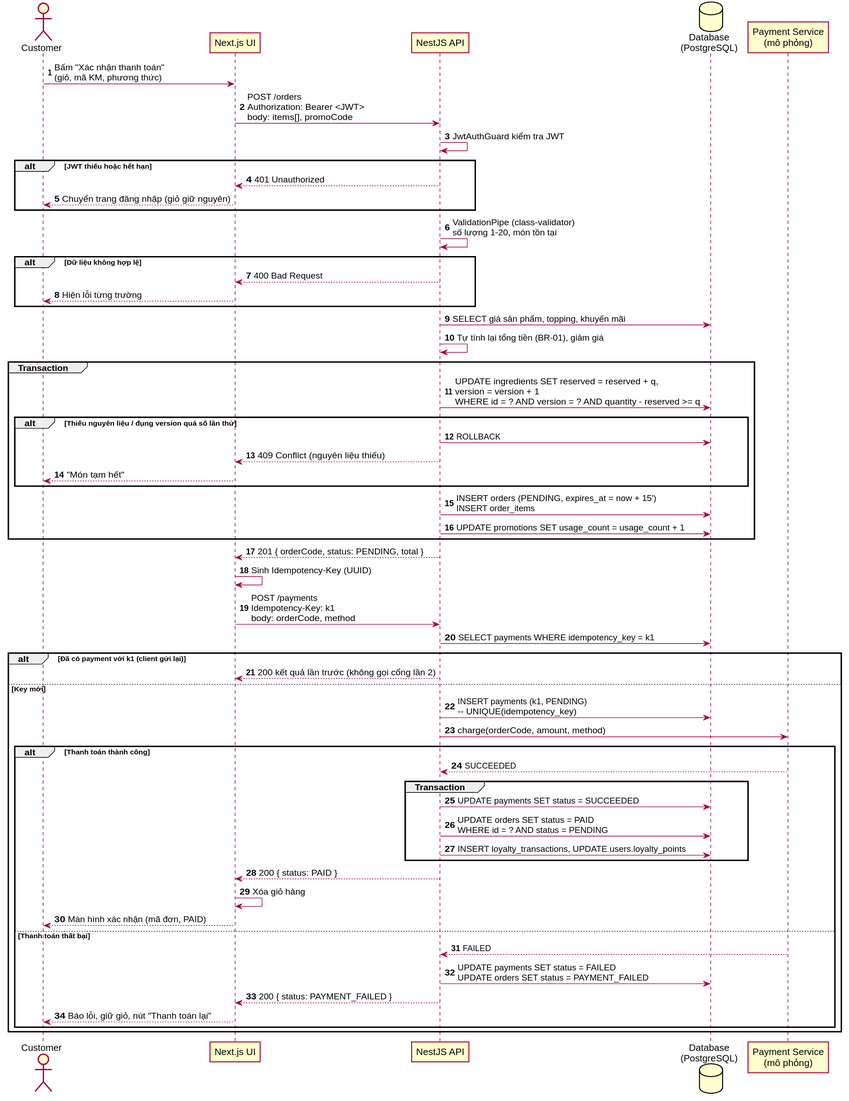
Earlier version of the PlantUML export docs/diagrams/sequence-checkout.svg (dinh-hung-116/BrewLite-Assignment2). Its diagram source:
```plantuml
@startuml sequence-checkout
skinparam shadowing false
autonumber
actor Customer
participant "Next.js UI" as UI
participant "NestJS API" as API
database "Database\n(PostgreSQL)" as DB
participant "Payment Service\n(mô phỏng)" as PAY

Customer -> UI : Bấm "Xác nhận thanh toán"\n(giỏ, mã KM, phương thức)
UI -> API : POST /orders\nAuthorization: Bearer <JWT>\nbody: items[], promoCode
API -> API : JwtAuthGuard kiểm tra JWT
alt JWT thiếu hoặc hết hạn
  API --> UI : 401 Unauthorized
  UI --> Customer : Chuyển trang đăng nhập (giỏ giữ nguyên)
end
API -> API : ValidationPipe (class-validator)\nsố lượng 1-20, món tồn tại
alt Dữ liệu không hợp lệ
  API --> UI : 400 Bad Request
  UI --> Customer : Hiện lỗi từng trường
end
API -> DB : SELECT giá sản phẩm, topping, khuyến mãi
API -> API : Tự tính lại tổng tiền (BR-01), giảm giá
group Transaction
  API -> DB : UPDATE ingredients SET reserved = reserved + q,\nversion = version + 1\nWHERE id = ? AND version = ? AND quantity - reserved >= q
  alt Thiếu nguyên liệu / đụng version quá số lần thử
    API -> DB : ROLLBACK
    API --> UI : 409 Conflict (nguyên liệu thiếu)
    UI --> Customer : "Món tạm hết"
  end
  API -> DB : INSERT orders (PENDING, expires_at = now + 15')\nINSERT order_items
  API -> DB : UPDATE promotions SET usage_count = usage_count + 1
end
API --> UI : 201 { orderCode, status: PENDING, total }

UI -> UI : Sinh Idempotency-Key (UUID)
UI -> API : POST /payments\nIdempotency-Key: k1\nbody: orderCode, method
API -> DB : SELECT payments WHERE idempotency_key = k1
alt Đã có payment với k1 (client gửi lại)
  API --> UI : 200 kết quả lần trước (không gọi cổng lần 2)
else Key mới
  API -> DB : INSERT payments (k1, PENDING)\n-- UNIQUE(idempotency_key)
  API -> PAY : charge(orderCode, amount, method)
  alt Thanh toán thành công
    PAY --> API : SUCCEEDED
    group Transaction
      API -> DB : UPDATE payments SET status = SUCCEEDED
      API -> DB : UPDATE orders SET status = PAID\nWHERE id = ? AND status = PENDING
      API -> DB : INSERT loyalty_transactions, UPDATE users.loyalty_points
    end
    API --> UI : 200 { status: PAID }
    UI -> UI : Xóa giỏ hàng
    UI --> Customer : Màn hình xác nhận (mã đơn, PAID)
  else Thanh toán thất bại
    PAY --> API : FAILED
    API -> DB : UPDATE payments SET status = FAILED\nUPDATE orders SET status = PAYMENT_FAILED
    API --> UI : 200 { status: PAYMENT_FAILED }
    UI --> Customer : Báo lỗi, giữ giỏ, nút "Thanh toán lại"
  end
end
@enduml
```
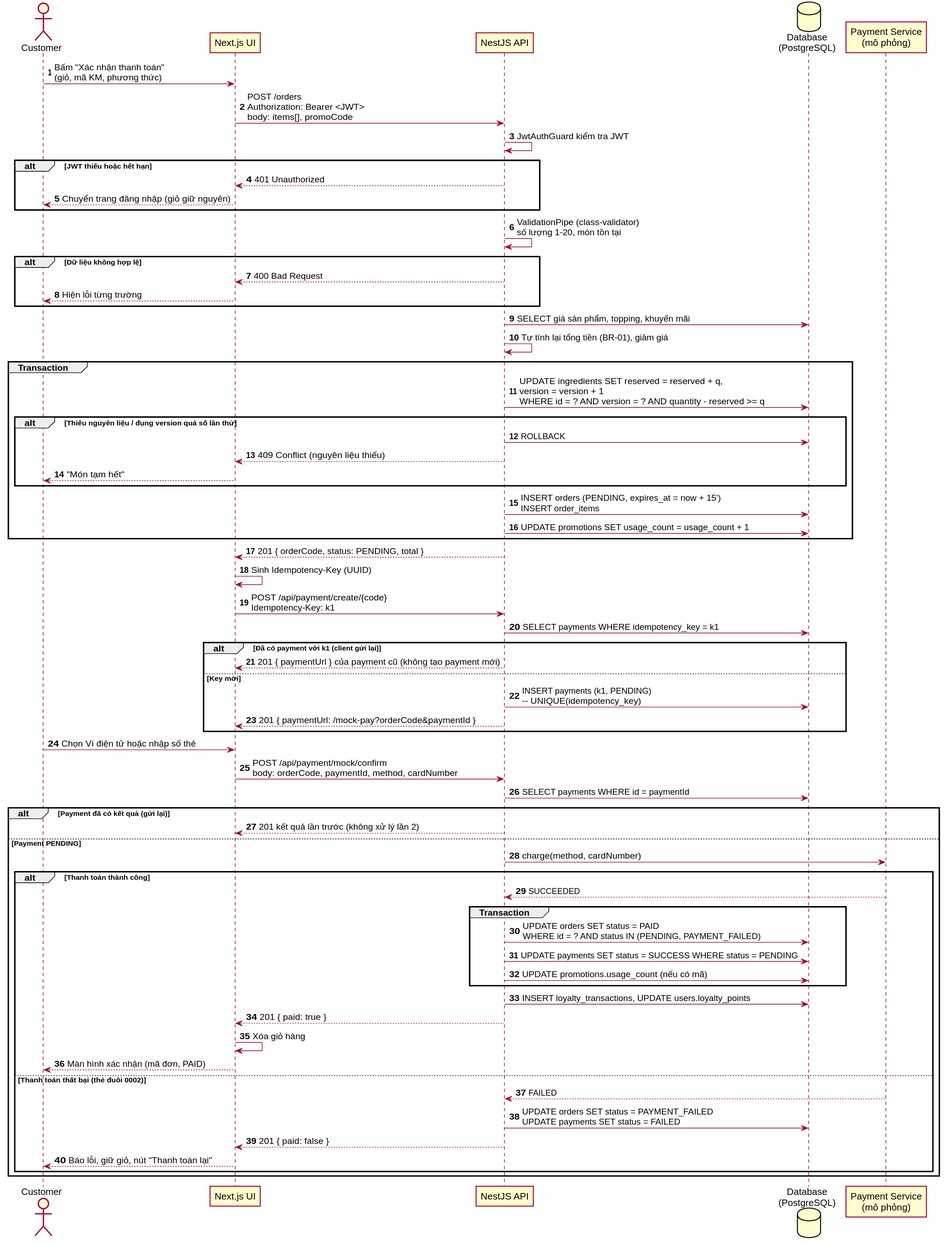
Above is the later version.

The edit, as a diff of the source:
```diff
@@ -34,27 +34,36 @@
 API --> UI : 201 { orderCode, status: PENDING, total }
 
 UI -> UI : Sinh Idempotency-Key (UUID)
-UI -> API : POST /payments\nIdempotency-Key: k1\nbody: orderCode, method
+UI -> API : POST /api/payment/create/{code}\nIdempotency-Key: k1
 API -> DB : SELECT payments WHERE idempotency_key = k1
 alt Đã có payment với k1 (client gửi lại)
-  API --> UI : 200 kết quả lần trước (không gọi cổng lần 2)
+  API --> UI : 201 { paymentUrl } của payment cũ (không tạo payment mới)
 else Key mới
   API -> DB : INSERT payments (k1, PENDING)\n-- UNIQUE(idempotency_key)
-  API -> PAY : charge(orderCode, amount, method)
+  API --> UI : 201 { paymentUrl: /mock-pay?orderCode&paymentId }
+end
+Customer -> UI : Chọn Ví điện tử hoặc nhập số thẻ
+UI -> API : POST /api/payment/mock/confirm\nbody: orderCode, paymentId, method, cardNumber
+API -> DB : SELECT payments WHERE id = paymentId
+alt Payment đã có kết quả (gửi lại)
+  API --> UI : 201 kết quả lần trước (không xử lý lần 2)
+else Payment PENDING
+  API -> PAY : charge(method, cardNumber)
   alt Thanh toán thành công
     PAY --> API : SUCCEEDED
     group Transaction
-      API -> DB : UPDATE payments SET status = SUCCEEDED
-      API -> DB : UPDATE orders SET status = PAID\nWHERE id = ? AND status = PENDING
-      API -> DB : INSERT loyalty_transactions, UPDATE users.loyalty_points
+      API -> DB : UPDATE orders SET status = PAID\nWHERE id = ? AND status IN (PENDING, PAYMENT_FAILED)
+      API -> DB : UPDATE payments SET status = SUCCESS WHERE status = PENDING
+      API -> DB : UPDATE promotions.usage_count (nếu có mã)
     end
-    API --> UI : 200 { status: PAID }
+    API -> DB : INSERT loyalty_transactions, UPDATE users.loyalty_points
+    API --> UI : 201 { paid: true }
     UI -> UI : Xóa giỏ hàng
     UI --> Customer : Màn hình xác nhận (mã đơn, PAID)
-  else Thanh toán thất bại
+  else Thanh toán thất bại (thẻ đuôi 0002)
     PAY --> API : FAILED
-    API -> DB : UPDATE payments SET status = FAILED\nUPDATE orders SET status = PAYMENT_FAILED
-    API --> UI : 200 { status: PAYMENT_FAILED }
+    API -> DB : UPDATE orders SET status = PAYMENT_FAILED\nUPDATE payments SET status = FAILED
+    API --> UI : 201 { paid: false }
     UI --> Customer : Báo lỗi, giữ giỏ, nút "Thanh toán lại"
   end
 end
```
